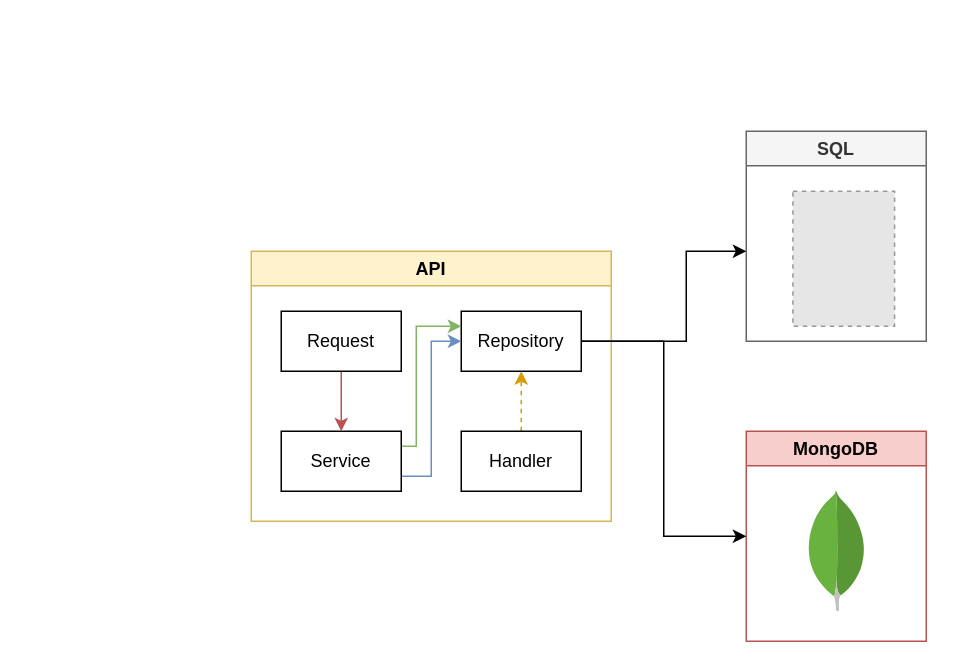
This is page "FastTodo" (1 of 2) of docs/Architecture.drawio from p3t3r276/todolist-net8-fastendpoint, a draw.io file, before an edit. Source tidied: cells renumbered, new cells numbered last; positions are measured from the earlier drawing's top-left corner, leaving out a move shared by most shapes. Both pictures are drawn from the tidied source at 150%, with x=0, y=0 at pixel (250, 130). Pictures stored in the file or linked from it are replaced by grey dashed boxes.
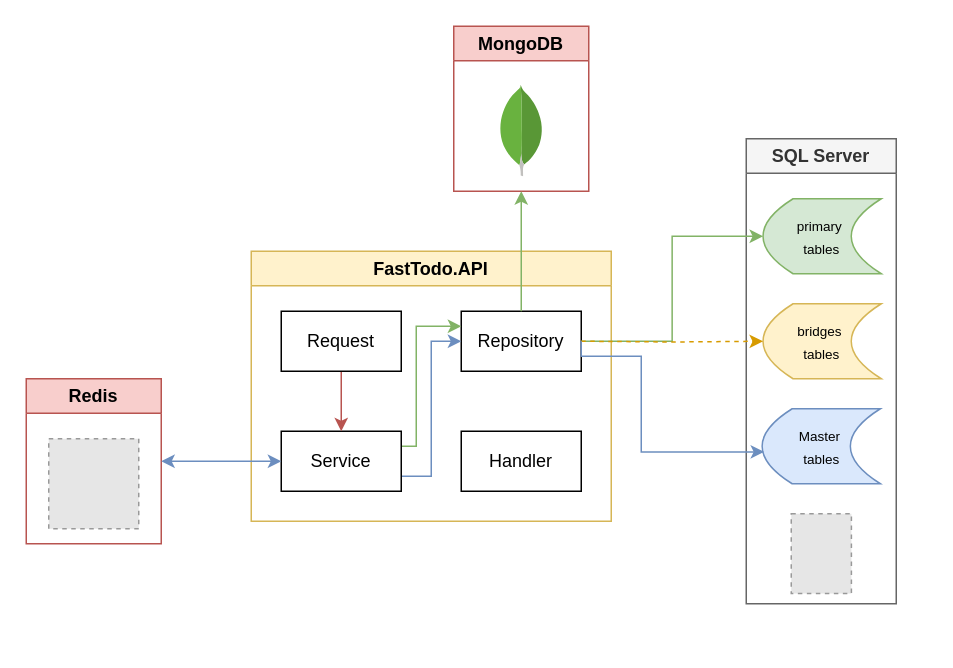
Above is the later version.

The change refers to these unchanged cells:
```xml
<mxCell id="6" value="Repository" style="rounded=0;whiteSpace=wrap;html=1;" parent="4" vertex="1">
  <mxGeometry x="140" y="40" width="80" height="40" as="geometry" />
</mxCell>
<mxCell id="9" value="Service" style="rounded=0;whiteSpace=wrap;html=1;" parent="4" vertex="1">
  <mxGeometry x="20" y="120" width="80" height="40" as="geometry" />
</mxCell>
<mxCell id="11" value="Handler" style="rounded=0;whiteSpace=wrap;html=1;" parent="4" vertex="1">
  <mxGeometry x="140" y="120" width="80" height="40" as="geometry" />
</mxCell>
```

What changed in the source:
```diff
@@
-    <mxCell id="2" value="SQL" style="swimlane;whiteSpace=wrap;html=1;fillColor=#f5f5f5;strokeColor=#666666;fontColor=#333333;" parent="1" vertex="1">
-      <mxGeometry x="330" width="120" height="140" as="geometry" />
+    <mxCell id="2" value="SQL Server" style="swimlane;whiteSpace=wrap;html=1;fillColor=#f5f5f5;strokeColor=#666666;fontColor=#333333;" parent="1" vertex="1">
+      <mxGeometry x="330" y="5" width="100" height="310" as="geometry" />
     </mxCell>
-    <mxCell id="3" style="fillColor=#E6E6E6;strokeColor=#999999;dashed=1;verticalLabelPosition=bottom;labelBackgroundColor=default;verticalAlign=top;" parent="2" vertex="1">
-      <mxGeometry x="31.1" y="40" width="67.8" height="90" as="geometry" />
-    </mxCell>
+    <mxCell id="17" style="fillColor=#E6E6E6;strokeColor=#999999;dashed=1;verticalLabelPosition=bottom;labelBackgroundColor=default;verticalAlign=top;" parent="2" vertex="1">
+      <mxGeometry x="30" y="250" width="40.1" height="53.2" as="geometry" />
+    </mxCell>
+    <mxCell id="18" value="&lt;font style=&quot;font-size: 9px;&quot;&gt;primary&amp;nbsp;&lt;/font&gt;&lt;div&gt;&lt;font style=&quot;font-size: 9px;&quot;&gt;tables&lt;/font&gt;&lt;/div&gt;" style="shape=dataStorage;whiteSpace=wrap;html=1;fixedSize=1;fillColor=#d5e8d4;strokeColor=#82b366;" parent="2" vertex="1">
+      <mxGeometry x="11.2" y="40" width="78.8" height="50" as="geometry" />
+    </mxCell>
+    <mxCell id="19" value="&lt;font style=&quot;font-size: 9px;&quot;&gt;bridges&amp;nbsp;&lt;/font&gt;&lt;div&gt;&lt;font style=&quot;font-size: 9px;&quot;&gt;tables&lt;/font&gt;&lt;/div&gt;" style="shape=dataStorage;whiteSpace=wrap;html=1;fixedSize=1;fillColor=#fff2cc;strokeColor=#d6b656;" parent="2" vertex="1">
+      <mxGeometry x="11.2" y="110" width="78.8" height="50" as="geometry" />
+    </mxCell>
+    <mxCell id="20" value="&lt;font style=&quot;font-size: 9px;&quot;&gt;Master&amp;nbsp;&lt;/font&gt;&lt;div&gt;&lt;font style=&quot;font-size: 9px;&quot;&gt;tables&lt;/font&gt;&lt;/div&gt;" style="shape=dataStorage;whiteSpace=wrap;html=1;fixedSize=1;fillColor=#dae8fc;strokeColor=#6c8ebf;" parent="2" vertex="1">
+      <mxGeometry x="10.6" y="180" width="78.8" height="50" as="geometry" />
+    </mxCell>
-    <mxCell id="4" value="API" style="swimlane;fillColor=#fff2cc;strokeColor=#d6b656;" parent="1" vertex="1">
+    <mxCell id="4" value="FastTodo.API" style="swimlane;fillColor=#fff2cc;strokeColor=#d6b656;" parent="1" vertex="1">
       <mxGeometry y="80" width="240" height="180" as="geometry" />
     </mxCell>
-    <mxCell id="5" style="edgeStyle=orthogonalEdgeStyle;rounded=0;jettySize=auto;html=1;" parent="4" edge="1" source="6">
-      <mxGeometry relative="1" as="geometry">
-        <mxPoint x="330" as="targetPoint" />
-        <Array as="points">
-          <mxPoint x="290" y="60" />
-          <mxPoint x="290" />
-        </Array>
-      </mxGeometry>
-    </mxCell>
@@
-    <mxCell id="10" style="edgeStyle=orthogonalEdgeStyle;rounded=0;jettySize=auto;html=1;exitX=0.5;exitY=0;exitDx=0;exitDy=0;entryX=0.5;entryY=1;entryDx=0;entryDy=0;fillColor=#ffe6cc;strokeColor=#d79b00;dashed=1;" parent="4" edge="1" source="11" target="6">
-      <mxGeometry relative="1" as="geometry" />
-    </mxCell>
@@
     <mxCell id="14" value="MongoDB" style="swimlane;whiteSpace=wrap;html=1;fillColor=#f8cecc;strokeColor=#b85450;" parent="1" vertex="1">
-      <mxGeometry x="330" y="200" width="120" height="140" as="geometry" />
+      <mxGeometry x="135" y="-70" width="90" height="110" as="geometry" />
     </mxCell>
     <mxCell id="15" style="dashed=0;html=1;align=center;labelPosition=center;verticalLabelPosition=bottom;verticalAlign=top;shape=mxgraph.weblogos.mongodb;" parent="14" vertex="1">
-      <mxGeometry x="40.4" y="39" width="39.6" height="81" as="geometry" />
+      <mxGeometry x="30.1" y="39" width="29.8" height="61" as="geometry" />
     </mxCell>
+    <mxCell id="5" style="edgeStyle=orthogonalEdgeStyle;rounded=0;jettySize=auto;html=1;fillColor=#d5e8d4;strokeColor=#82b366;entryX=0;entryY=0.5;entryDx=0;entryDy=0;" parent="1" edge="1" source="6" target="18">
+      <mxGeometry relative="1" as="geometry" />
+    </mxCell>
+    <mxCell id="10" style="edgeStyle=orthogonalEdgeStyle;rounded=0;jettySize=auto;html=1;entryX=0;entryY=0.5;entryDx=0;entryDy=0;fillColor=#ffe6cc;strokeColor=#d79b00;dashed=1;" parent="1" edge="1" target="19">
+      <mxGeometry relative="1" as="geometry">
+        <mxPoint x="220" y="140" as="sourcePoint" />
+      </mxGeometry>
+    </mxCell>
+    <mxCell id="21" style="edgeStyle=orthogonalEdgeStyle;rounded=0;jettySize=auto;html=1;exitX=1;exitY=0.5;exitDx=0;exitDy=0;entryX=0.017;entryY=0.575;entryDx=0;entryDy=0;fillColor=#dae8fc;strokeColor=#6c8ebf;entryPerimeter=0;" parent="1" edge="1" source="6" target="20">
+      <mxGeometry relative="1" as="geometry">
+        <Array as="points">
+          <mxPoint x="220" y="150" />
+          <mxPoint x="260" y="150" />
+          <mxPoint x="260" y="214" />
+          <mxPoint x="342" y="214" />
+        </Array>
+      </mxGeometry>
+    </mxCell>
+    <mxCell id="22" value="Redis" style="swimlane;whiteSpace=wrap;html=1;fillColor=#f8cecc;strokeColor=#b85450;" parent="1" vertex="1">
+      <mxGeometry x="-150" y="165" width="90" height="110" as="geometry" />
+    </mxCell>
+    <mxCell id="23" style="fillColor=#E6E6E6;strokeColor=#999999;dashed=1;verticalLabelPosition=bottom;labelBackgroundColor=default;verticalAlign=top;" parent="22" vertex="1">
+      <mxGeometry x="15" y="40" width="60" height="60" as="geometry" />
+    </mxCell>
+    <mxCell id="24" style="edgeStyle=orthogonalEdgeStyle;rounded=0;jettySize=auto;html=1;entryX=0;entryY=0.5;entryDx=0;entryDy=0;fillColor=#dae8fc;strokeColor=#6c8ebf;exitX=1;exitY=0.5;exitDx=0;exitDy=0;startArrow=classic;startFill=1;" parent="1" edge="1" source="22" target="9">
+      <mxGeometry relative="1" as="geometry">
+        <Array as="points">
+          <mxPoint x="-60" y="220" />
+        </Array>
+      </mxGeometry>
+    </mxCell>
-    <mxCell id="16" style="edgeStyle=orthogonalEdgeStyle;rounded=0;jettySize=auto;html=1;entryX=0;entryY=0.5;entryDx=0;entryDy=0;" parent="1" edge="1" source="6" target="14">
+    <mxCell id="16" style="edgeStyle=orthogonalEdgeStyle;rounded=0;jettySize=auto;html=1;fillColor=#d5e8d4;strokeColor=#82b366;entryX=0.5;entryY=1;entryDx=0;entryDy=0;exitX=0.5;exitY=0;exitDx=0;exitDy=0;" parent="1" edge="1" source="6" target="14">
       <mxGeometry relative="1" as="geometry" />
     </mxCell>
```
